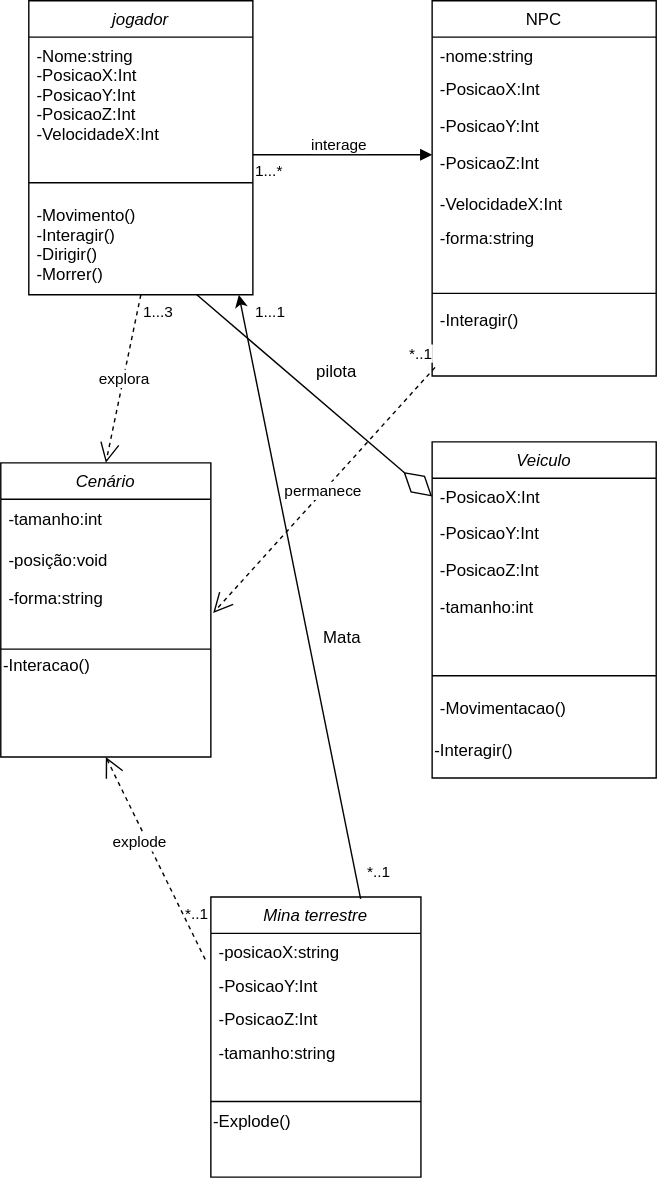
Earlier version of the draw.io export diagramas/diagrama de classe Unity.drawio.svg (lucasnoelgb/2jdprojetomusica). Source tidied: cells renumbered, new cells last; positions are measured from the earlier drawing's top-left corner, leaving out a move shared by most shapes.
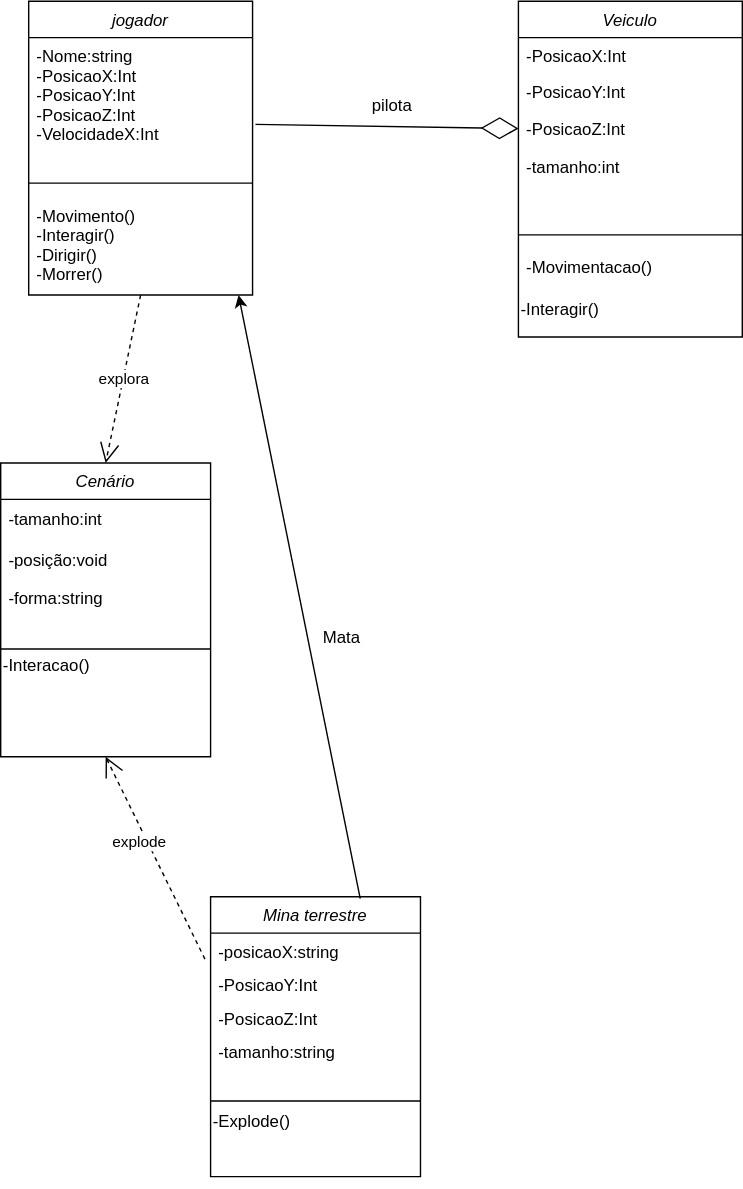
After the commit.

What changed in the source:
```diff
@@ -14,33 +14,6 @@
     <mxCell id="5" value="-Movimento()&#10;-Interagir()&#10;-Dirigir()&#10;-Morrer()" style="text;align=left;verticalAlign=top;spacingLeft=4;spacingRight=4;overflow=hidden;" parent="2" vertex="1">
       <mxGeometry y="140" width="160" height="60" as="geometry" />
     </mxCell>
-    <mxCell id="6" value="NPC" style="swimlane;fontStyle=0;align=center;verticalAlign=top;horizontal=1;startSize=26;rounded=0;shadow=0;strokeWidth=1;" parent="1" vertex="1">
-      <mxGeometry x="308" width="160" height="268" as="geometry" />
-    </mxCell>
-    <mxCell id="7" value="-nome:string" style="text;align=left;verticalAlign=top;spacingLeft=4;spacingRight=4;overflow=hidden;" parent="6" vertex="1">
-      <mxGeometry y="26" width="160" height="24" as="geometry" />
-    </mxCell>
-    <mxCell id="8" value="-PosicaoX:Int" style="text;align=left;verticalAlign=top;spacingLeft=4;spacingRight=4;overflow=hidden;rounded=0;shadow=0;html=0;" parent="6" vertex="1">
-      <mxGeometry y="50" width="160" height="26" as="geometry" />
-    </mxCell>
-    <mxCell id="9" value="-PosicaoY:Int" style="text;align=left;verticalAlign=top;spacingLeft=4;spacingRight=4;overflow=hidden;rounded=0;shadow=0;html=0;" parent="6" vertex="1">
-      <mxGeometry y="76" width="160" height="26" as="geometry" />
-    </mxCell>
-    <mxCell id="10" value="-PosicaoZ:Int" style="text;html=1;strokeColor=none;fillColor=none;align=left;verticalAlign=middle;whiteSpace=wrap;rounded=0;spacingLeft=4;" parent="6" vertex="1">
-      <mxGeometry y="102" width="160" height="30" as="geometry" />
-    </mxCell>
-    <mxCell id="11" value="-VelocidadeX:Int&#10;" style="text;align=left;verticalAlign=top;spacingLeft=4;spacingRight=4;overflow=hidden;" parent="6" vertex="1">
-      <mxGeometry y="132" width="160" height="24" as="geometry" />
-    </mxCell>
-    <mxCell id="12" value="-forma:string" style="text;align=left;verticalAlign=top;spacingLeft=4;spacingRight=4;overflow=hidden;" parent="6" vertex="1">
-      <mxGeometry y="156" width="160" height="24" as="geometry" />
-    </mxCell>
-    <mxCell id="13" style="line;html=1;strokeWidth=1;align=left;verticalAlign=middle;spacingTop=-1;spacingLeft=3;spacingRight=3;labelPosition=right;" parent="6" vertex="1">
-      <mxGeometry y="180" width="160" height="58" as="geometry" />
-    </mxCell>
-    <mxCell id="14" value="-Interagir()" style="text;align=left;verticalAlign=bottom;spacingLeft=4;spacingRight=4;overflow=hidden;points=[[0,0.5],[1,0.5]];portConstraint=eastwest;labelPosition=center;verticalLabelPosition=top;" parent="6" vertex="1">
-      <mxGeometry y="238" width="160" height="30" as="geometry" />
-    </mxCell>
     <mxCell id="15" value="Cenário" style="swimlane;fontStyle=2;align=center;verticalAlign=top;horizontal=1;startSize=26;rounded=0;shadow=0;strokeWidth=1;" parent="1" vertex="1">
       <mxGeometry y="330" width="150" height="210" as="geometry" />
     </mxCell>
@@ -63,7 +36,7 @@
       <mxGeometry y="154" width="150" height="30" as="geometry" />
     </mxCell>
     <mxCell id="22" value="Veiculo" style="swimlane;fontStyle=2;align=center;verticalAlign=top;horizontal=1;startSize=26;rounded=0;shadow=0;strokeWidth=1;" parent="1" vertex="1">
-      <mxGeometry x="308" y="315" width="160" height="240" as="geometry" />
+      <mxGeometry x="370" width="160" height="240" as="geometry" />
     </mxCell>
     <mxCell id="23" value="-PosicaoX:Int" style="text;align=left;verticalAlign=top;spacingLeft=4;spacingRight=4;overflow=hidden;points=[[0,0.5],[1,0.5]];portConstraint=eastwest;" parent="22" vertex="1">
       <mxGeometry y="26" width="160" height="26" as="geometry" />
@@ -110,54 +83,15 @@
     <mxCell id="37" value="-Explode()" style="text;html=1;strokeColor=none;fillColor=none;align=left;verticalAlign=bottom;whiteSpace=wrap;rounded=0;horizontal=1;labelPosition=center;verticalLabelPosition=top;" parent="30" vertex="1">
       <mxGeometry y="170" width="150" height="30" as="geometry" />
     </mxCell>
-    <mxCell id="38" value="interage&lt;br&gt;" style="endArrow=block;endFill=1;html=1;edgeStyle=orthogonalEdgeStyle;align=left;verticalAlign=top;rounded=0;" parent="1" edge="1">
-      <mxGeometry x="-0.38" y="20" relative="1" as="geometry">
-        <mxPoint x="180" y="110" as="sourcePoint" />
-        <mxPoint x="308" y="110" as="targetPoint" />
-      </mxGeometry>
-    </mxCell>
-    <mxCell id="39" value="*..1" style="edgeLabel;html=1;align=left;verticalAlign=bottom;" parent="38" vertex="1">
-      <mxGeometry x="-1" relative="1" as="geometry">
-        <mxPoint x="110" y="150" as="offset" />
-      </mxGeometry>
-    </mxCell>
-    <mxCell id="40" value="1...3" style="edgeLabel;html=1;align=left;verticalAlign=bottom;" parent="38" vertex="1">
-      <mxGeometry x="-1" relative="1" as="geometry">
-        <mxPoint x="-80" y="120" as="offset" />
-      </mxGeometry>
-    </mxCell>
-    <mxCell id="41" value="1...1" style="edgeLabel;html=1;align=left;verticalAlign=bottom;" parent="38" vertex="1">
-      <mxGeometry x="-1" relative="1" as="geometry">
-        <mxPoint y="120" as="offset" />
-      </mxGeometry>
-    </mxCell>
-    <mxCell id="42" value="1...*" style="edgeLabel;html=1;align=left;verticalAlign=bottom;" parent="38" vertex="1">
-      <mxGeometry x="-1" relative="1" as="geometry">
-        <mxPoint y="20" as="offset" />
-      </mxGeometry>
-    </mxCell>
-    <mxCell id="43" value="*..1" style="edgeLabel;html=1;align=left;verticalAlign=bottom;" parent="38" vertex="1">
-      <mxGeometry x="-1" relative="1" as="geometry">
-        <mxPoint x="80" y="520" as="offset" />
-      </mxGeometry>
-    </mxCell>
-    <mxCell id="44" value="*..1" style="edgeLabel;html=1;align=left;verticalAlign=bottom;" parent="38" vertex="1">
-      <mxGeometry x="-1" relative="1" as="geometry">
-        <mxPoint x="-50" y="550" as="offset" />
-      </mxGeometry>
-    </mxCell>
     <mxCell id="45" value="explora&lt;br&gt;" style="endArrow=open;endSize=12;dashed=1;html=1;rounded=0;entryX=0.5;entryY=0;entryDx=0;entryDy=0;exitX=0.5;exitY=1;exitDx=0;exitDy=0;" parent="1" edge="1" source="2" target="15">
       <mxGeometry relative="1" as="geometry" />
     </mxCell>
-    <mxCell id="46" style="endArrow=diamondThin;endFill=0;endSize=24;html=1;rounded=0;entryX=0;entryY=0.5;entryDx=0;entryDy=0;exitX=0.75;exitY=1;exitDx=0;exitDy=0;" parent="1" edge="1" source="2" target="23">
+    <mxCell id="46" style="endArrow=diamondThin;endFill=0;endSize=24;html=1;rounded=0;entryX=0;entryY=0.5;entryDx=0;entryDy=0;exitX=1.013;exitY=0.66;exitDx=0;exitDy=0;exitPerimeter=0;" parent="1" edge="1" source="3" target="25">
       <mxGeometry relative="1" as="geometry" />
     </mxCell>
     <mxCell id="47" value="pilota&lt;br&gt;" style="text;html=1;strokeColor=none;fillColor=none;align=center;verticalAlign=middle;whiteSpace=wrap;rounded=0;" parent="1" vertex="1">
-      <mxGeometry x="210" y="250" width="60" height="30" as="geometry" />
+      <mxGeometry x="250" y="60" width="60" height="30" as="geometry" />
     </mxCell>
-    <mxCell id="48" value="permanece&lt;br&gt;" style="endArrow=open;endSize=12;dashed=1;html=1;rounded=0;entryX=1.011;entryY=0.839;entryDx=0;entryDy=0;exitX=0.013;exitY=0.794;exitDx=0;exitDy=0;exitPerimeter=0;entryPerimeter=0;" parent="1" edge="1" source="14" target="18">
-      <mxGeometry x="0.01" relative="1" as="geometry" />
-    </mxCell>
     <mxCell id="49" value="explode" style="endArrow=open;endSize=12;dashed=1;html=1;rounded=0;entryX=0.5;entryY=1;entryDx=0;entryDy=0;exitX=-0.027;exitY=0.773;exitDx=0;exitDy=0;exitPerimeter=0;" parent="1" edge="1" source="31" target="15">
       <mxGeometry x="0.19" y="5" relative="1" as="geometry" />
     </mxCell>
```
